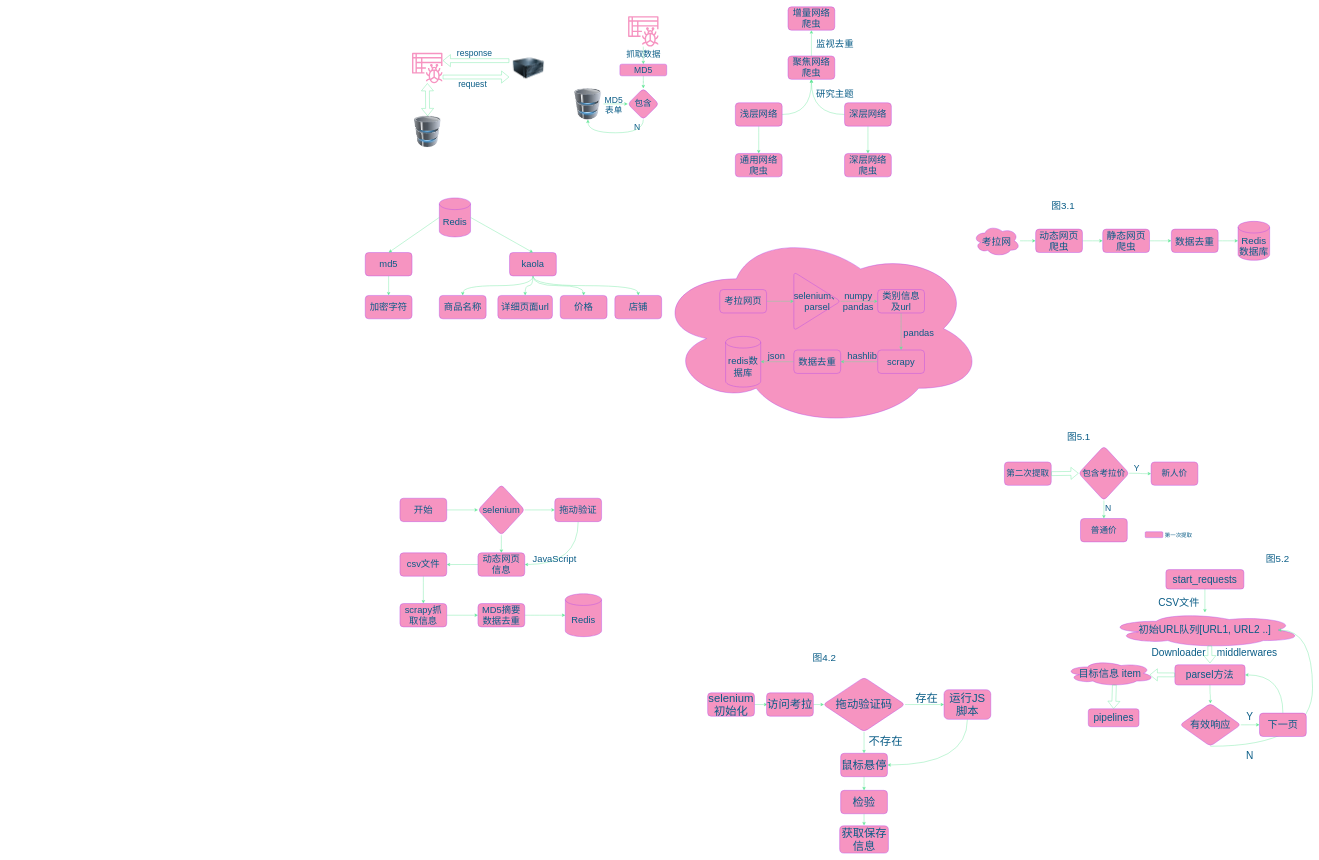
Thesoul20/daily-work keeps this draw.io diagram as 4.1毕设.drawio. Above is the earlier version. Source tidied: cells renumbered, new cells numbered last; positions are measured from the earlier drawing's top-left corner, leaving out a move shared by most shapes. Both pictures are drawn from the tidied source at 39%, with x=0, y=0 at pixel (365, 7).
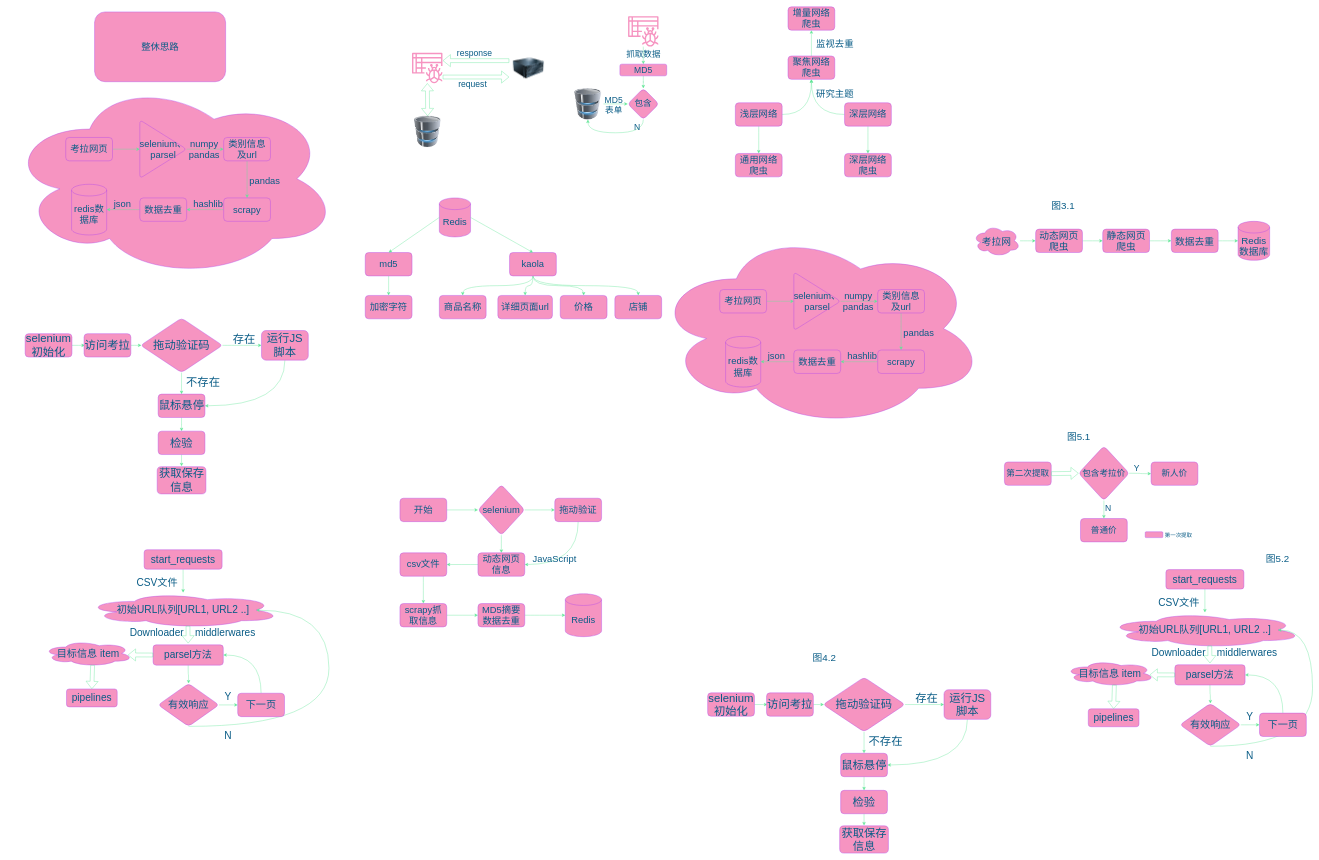
After the change.

Change to the diagram source:
```diff
@@
+    <mxCell id="142" style="ellipse;shape=cloud;whiteSpace=wrap;html=1;fontSize=24;rounded=1;fillColor=#F694C1;strokeColor=#AF45ED;fontColor=#095C86;" parent="1" vertex="1">
+      <mxGeometry x="-919" y="186" width="850" height="510" as="geometry" />
+    </mxCell>
+    <mxCell id="143" style="edgeStyle=orthogonalEdgeStyle;rounded=1;jettySize=auto;html=1;exitX=1;exitY=0.5;exitDx=0;exitDy=0;fontSize=24;curved=1;strokeColor=#60E696;fontColor=#095C86;" parent="1" edge="1" source="144" target="146">
+      <mxGeometry relative="1" as="geometry" />
+    </mxCell>
+    <mxCell id="144" value="考拉网页" style="rounded=1;whiteSpace=wrap;html=1;fontSize=24;fillColor=#F694C1;strokeColor=#AF45ED;fontColor=#095C86;" parent="1" vertex="1">
+      <mxGeometry x="-768" y="335" width="120" height="60" as="geometry" />
+    </mxCell>
+    <mxCell id="145" style="edgeStyle=orthogonalEdgeStyle;rounded=1;jettySize=auto;html=1;fontSize=24;curved=1;strokeColor=#60E696;fontColor=#095C86;" parent="1" edge="1" source="146" target="148">
+      <mxGeometry relative="1" as="geometry" />
+    </mxCell>
+    <mxCell id="146" value="selenium、parsel" style="triangle;whiteSpace=wrap;html=1;fontSize=24;rounded=1;fillColor=#F694C1;strokeColor=#AF45ED;fontColor=#095C86;" parent="1" vertex="1">
+      <mxGeometry x="-578" y="290" width="120" height="150" as="geometry" />
+    </mxCell>
+    <mxCell id="147" style="edgeStyle=orthogonalEdgeStyle;rounded=1;jettySize=auto;html=1;exitX=0.5;exitY=1;exitDx=0;exitDy=0;entryX=0.5;entryY=0;entryDx=0;entryDy=0;fontSize=24;curved=1;strokeColor=#60E696;fontColor=#095C86;" parent="1" edge="1" source="148" target="151">
+      <mxGeometry relative="1" as="geometry" />
+    </mxCell>
+    <mxCell id="148" value="类别信息及url" style="rounded=1;whiteSpace=wrap;html=1;fontSize=24;fillColor=#F694C1;strokeColor=#AF45ED;fontColor=#095C86;" parent="1" vertex="1">
+      <mxGeometry x="-363" y="335" width="120" height="60" as="geometry" />
+    </mxCell>
+    <mxCell id="149" value="redis数据库" style="shape=cylinder3;whiteSpace=wrap;html=1;boundedLbl=1;backgroundOutline=1;size=15;fontSize=24;rounded=1;fillColor=#F694C1;strokeColor=#AF45ED;fontColor=#095C86;" parent="1" vertex="1">
+      <mxGeometry x="-753" y="455" width="90" height="130" as="geometry" />
+    </mxCell>
+    <mxCell id="150" style="edgeStyle=orthogonalEdgeStyle;rounded=1;jettySize=auto;html=1;exitX=0;exitY=0.5;exitDx=0;exitDy=0;entryX=1;entryY=0.5;entryDx=0;entryDy=0;fontSize=24;curved=1;strokeColor=#60E696;fontColor=#095C86;" parent="1" edge="1" source="151" target="153">
+      <mxGeometry relative="1" as="geometry" />
+    </mxCell>
+    <mxCell id="151" value="scrapy" style="rounded=1;whiteSpace=wrap;html=1;fontSize=24;fillColor=#F694C1;strokeColor=#AF45ED;fontColor=#095C86;" parent="1" vertex="1">
+      <mxGeometry x="-363" y="490" width="120" height="60" as="geometry" />
+    </mxCell>
+    <mxCell id="152" style="edgeStyle=orthogonalEdgeStyle;rounded=1;jettySize=auto;html=1;fontSize=24;curved=1;strokeColor=#60E696;fontColor=#095C86;" parent="1" edge="1" source="153" target="149">
+      <mxGeometry relative="1" as="geometry" />
+    </mxCell>
+    <mxCell id="153" value="数据去重" style="rounded=1;whiteSpace=wrap;html=1;fontSize=24;fillColor=#F694C1;strokeColor=#AF45ED;fontColor=#095C86;" parent="1" vertex="1">
+      <mxGeometry x="-578" y="490" width="120" height="60" as="geometry" />
+    </mxCell>
+    <mxCell id="154" value="&lt;div&gt;numpy&lt;/div&gt;&lt;div&gt;pandas&lt;/div&gt;" style="text;html=1;align=center;verticalAlign=middle;strokeColor=none;fillColor=none;fontSize=24;rounded=1;fontColor=#095C86;" parent="1" vertex="1">
+      <mxGeometry x="-458" y="335" width="90" height="60" as="geometry" />
+    </mxCell>
+    <mxCell id="155" value="&lt;div&gt;pandas&lt;/div&gt;&lt;div&gt;&lt;br&gt;&lt;/div&gt;" style="text;html=1;align=center;verticalAlign=middle;strokeColor=none;fillColor=none;fontSize=24;rounded=1;fontColor=#095C86;" parent="1" vertex="1">
+      <mxGeometry x="-303" y="430" width="90" height="60" as="geometry" />
+    </mxCell>
+    <mxCell id="156" value="&lt;div&gt;json&lt;/div&gt;&lt;div&gt;&lt;br&gt;&lt;/div&gt;" style="text;html=1;align=center;verticalAlign=middle;strokeColor=none;fillColor=none;fontSize=24;rounded=1;fontColor=#095C86;" parent="1" vertex="1">
+      <mxGeometry x="-653" y="490" width="60" height="60" as="geometry" />
+    </mxCell>
+    <mxCell id="157" value="&lt;div&gt;hashlib&lt;/div&gt;" style="text;html=1;align=center;verticalAlign=middle;strokeColor=none;fillColor=none;fontSize=24;rounded=1;fontColor=#095C86;" parent="1" vertex="1">
+      <mxGeometry x="-448" y="490" width="90" height="30" as="geometry" />
+    </mxCell>
+    <mxCell id="158" value="整休思路" style="whiteSpace=wrap;html=1;fontSize=24;rounded=1;fillColor=#F694C1;strokeColor=#AF45ED;fontColor=#095C86;" parent="1" vertex="1">
+      <mxGeometry x="-694" y="13" width="336" height="179" as="geometry" />
+    </mxCell>
+    <mxCell id="159" style="edgeStyle=orthogonalEdgeStyle;rounded=1;jettySize=auto;html=1;exitX=1;exitY=0.5;exitDx=0;exitDy=0;entryX=0;entryY=0.5;entryDx=0;entryDy=0;fontSize=29;curved=1;strokeColor=#60E696;fontColor=#095C86;" parent="1" edge="1" source="161" target="167">
+      <mxGeometry relative="1" as="geometry" />
+    </mxCell>
+    <mxCell id="160" style="edgeStyle=orthogonalEdgeStyle;rounded=1;jettySize=auto;html=1;exitX=0.5;exitY=1;exitDx=0;exitDy=0;entryX=0.5;entryY=0;entryDx=0;entryDy=0;fontSize=29;curved=1;strokeColor=#60E696;fontColor=#095C86;" parent="1" edge="1" source="161" target="169">
+      <mxGeometry relative="1" as="geometry" />
+    </mxCell>
+    <mxCell id="161" value="拖动验证码" style="rhombus;whiteSpace=wrap;html=1;fontSize=29;rounded=1;fillColor=#F694C1;strokeColor=#AF45ED;fontColor=#095C86;" parent="1" vertex="1">
+      <mxGeometry x="-576" y="798" width="210" height="140" as="geometry" />
+    </mxCell>
+    <mxCell id="162" style="edgeStyle=orthogonalEdgeStyle;rounded=1;jettySize=auto;html=1;fontSize=25;curved=1;strokeColor=#60E696;fontColor=#095C86;" parent="1" edge="1" source="163">
+      <mxGeometry relative="1" as="geometry">
+        <mxPoint x="-719" y="868" as="targetPoint" />
+      </mxGeometry>
+    </mxCell>
+    <mxCell id="163" value="selenium初始化" style="rounded=1;whiteSpace=wrap;html=1;fontSize=29;fillColor=#F694C1;strokeColor=#AF45ED;fontColor=#095C86;" parent="1" vertex="1">
+      <mxGeometry x="-872" y="838" width="120" height="60" as="geometry" />
+    </mxCell>
+    <mxCell id="164" style="edgeStyle=orthogonalEdgeStyle;rounded=1;jettySize=auto;html=1;fontSize=25;curved=1;strokeColor=#60E696;fontColor=#095C86;" parent="1" edge="1" source="165">
+      <mxGeometry relative="1" as="geometry">
+        <mxPoint x="-574" y="868" as="targetPoint" />
+      </mxGeometry>
+    </mxCell>
+    <mxCell id="165" value="访问考拉" style="rounded=1;whiteSpace=wrap;html=1;fontSize=29;fillColor=#F694C1;strokeColor=#AF45ED;fontColor=#095C86;" parent="1" vertex="1">
+      <mxGeometry x="-721" y="838" width="120" height="60" as="geometry" />
+    </mxCell>
+    <mxCell id="166" style="edgeStyle=orthogonalEdgeStyle;rounded=1;jettySize=auto;html=1;exitX=0.5;exitY=1;exitDx=0;exitDy=0;entryX=1;entryY=0.5;entryDx=0;entryDy=0;fontSize=29;curved=1;strokeColor=#60E696;fontColor=#095C86;" parent="1" edge="1" source="167" target="169">
+      <mxGeometry relative="1" as="geometry" />
+    </mxCell>
+    <mxCell id="167" value="运行JS脚本" style="rounded=1;whiteSpace=wrap;html=1;fontSize=29;fillColor=#F694C1;strokeColor=#AF45ED;fontColor=#095C86;" parent="1" vertex="1">
+      <mxGeometry x="-266" y="830" width="120" height="76" as="geometry" />
+    </mxCell>
+    <mxCell id="168" style="edgeStyle=orthogonalEdgeStyle;rounded=1;jettySize=auto;html=1;fontSize=25;curved=1;strokeColor=#60E696;fontColor=#095C86;" parent="1" edge="1" source="169" target="171">
+      <mxGeometry relative="1" as="geometry" />
+    </mxCell>
+    <mxCell id="169" value="鼠标悬停" style="rounded=1;whiteSpace=wrap;html=1;fontSize=29;fillColor=#F694C1;strokeColor=#AF45ED;fontColor=#095C86;" parent="1" vertex="1">
+      <mxGeometry x="-531" y="993" width="120" height="60" as="geometry" />
+    </mxCell>
+    <mxCell id="170" style="edgeStyle=orthogonalEdgeStyle;rounded=1;jettySize=auto;html=1;fontSize=25;curved=1;strokeColor=#60E696;fontColor=#095C86;" parent="1" edge="1" source="171">
+      <mxGeometry relative="1" as="geometry">
+        <mxPoint x="-471" y="1178" as="targetPoint" />
+      </mxGeometry>
+    </mxCell>
+    <mxCell id="171" value="检验" style="rounded=1;whiteSpace=wrap;html=1;fontSize=29;fillColor=#F694C1;strokeColor=#AF45ED;fontColor=#095C86;" parent="1" vertex="1">
+      <mxGeometry x="-531" y="1088" width="120" height="60" as="geometry" />
+    </mxCell>
+    <mxCell id="172" value="获取保存信息" style="rounded=1;whiteSpace=wrap;html=1;fontSize=29;fillColor=#F694C1;strokeColor=#AF45ED;fontColor=#095C86;" parent="1" vertex="1">
+      <mxGeometry x="-533.5" y="1179" width="125" height="70" as="geometry" />
+    </mxCell>
+    <mxCell id="173" value="存在" style="text;html=1;align=center;verticalAlign=middle;strokeColor=none;fillColor=none;fontSize=29;rounded=1;fontColor=#095C86;" parent="1" vertex="1">
+      <mxGeometry x="-346" y="833" width="70" height="40" as="geometry" />
+    </mxCell>
+    <mxCell id="174" value="不存在" style="text;html=1;align=center;verticalAlign=middle;strokeColor=none;fillColor=none;fontSize=29;rounded=1;fontColor=#095C86;" parent="1" vertex="1">
+      <mxGeometry x="-466" y="943" width="100" height="40" as="geometry" />
+    </mxCell>
+    <mxCell id="175" style="edgeStyle=orthogonalEdgeStyle;rounded=1;jettySize=auto;html=1;exitX=0.5;exitY=1;exitDx=0;exitDy=0;fontSize=26;curved=1;strokeColor=#60E696;fontColor=#095C86;" parent="1" edge="1" source="176" target="181">
+      <mxGeometry relative="1" as="geometry" />
+    </mxCell>
+    <mxCell id="176" value="start_requests" style="rounded=1;whiteSpace=wrap;html=1;fontSize=26;fillColor=#F694C1;strokeColor=#AF45ED;fontColor=#095C86;" parent="1" vertex="1">
+      <mxGeometry x="-567" y="1392" width="200" height="50" as="geometry" />
+    </mxCell>
+    <mxCell id="177" style="edgeStyle=orthogonalEdgeStyle;rounded=1;jettySize=auto;html=1;fontSize=26;curved=1;strokeColor=#60E696;fontColor=#095C86;" parent="1" edge="1" source="178" target="188">
+      <mxGeometry relative="1" as="geometry" />
+    </mxCell>
+    <mxCell id="178" value="parsel方法" style="rounded=1;whiteSpace=wrap;html=1;fontSize=26;fillColor=#F694C1;strokeColor=#AF45ED;fontColor=#095C86;" parent="1" vertex="1">
+      <mxGeometry x="-544" y="1636" width="180" height="52" as="geometry" />
+    </mxCell>
+    <mxCell id="179" value="pipelines" style="rounded=1;whiteSpace=wrap;html=1;fontSize=26;fillColor=#F694C1;strokeColor=#AF45ED;fontColor=#095C86;" parent="1" vertex="1">
+      <mxGeometry x="-766" y="1749" width="130" height="46" as="geometry" />
+    </mxCell>
+    <mxCell id="180" value="CSV文件" style="text;html=1;align=center;verticalAlign=middle;strokeColor=none;fillColor=none;fontSize=26;rounded=1;fontColor=#095C86;" parent="1" vertex="1">
+      <mxGeometry x="-594" y="1456" width="120" height="40" as="geometry" />
+    </mxCell>
+    <mxCell id="181" value="初始URL队列[URL1, URL2 ..]" style="ellipse;shape=cloud;whiteSpace=wrap;html=1;fontSize=26;rounded=1;fillColor=#F694C1;strokeColor=#AF45ED;fontColor=#095C86;" parent="1" vertex="1">
+      <mxGeometry x="-717" y="1502" width="500" height="90" as="geometry" />
+    </mxCell>
+    <mxCell id="182" style="shape=flexArrow;endArrow=classic;html=1;rounded=1;fontSize=26;exitX=0.525;exitY=0.949;exitDx=0;exitDy=0;exitPerimeter=0;curved=1;strokeColor=#60E696;fontColor=#095C86;" parent="1" edge="1" source="181">
+      <mxGeometry relative="1" as="geometry">
+        <mxPoint x="-454" y="1632" as="targetPoint" />
+      </mxGeometry>
+    </mxCell>
+    <mxCell id="183" value="目标信息 item" style="ellipse;shape=cloud;whiteSpace=wrap;html=1;fontSize=26;rounded=1;fillColor=#F694C1;strokeColor=#AF45ED;fontColor=#095C86;" parent="1" vertex="1">
+      <mxGeometry x="-825" y="1625" width="229" height="66" as="geometry" />
+    </mxCell>
+    <mxCell id="184" style="shape=flexArrow;endArrow=classic;html=1;rounded=1;fontSize=26;entryX=0.946;entryY=0.558;entryDx=0;entryDy=0;entryPerimeter=0;exitX=0;exitY=0.5;exitDx=0;exitDy=0;curved=1;strokeColor=#60E696;fontColor=#095C86;" parent="1" edge="1" source="178" target="183">
+      <mxGeometry relative="1" as="geometry" />
+    </mxCell>
+    <mxCell id="185" style="shape=flexArrow;endArrow=classic;html=1;rounded=1;fontSize=26;entryX=0.5;entryY=0;entryDx=0;entryDy=0;exitX=0.55;exitY=0.95;exitDx=0;exitDy=0;exitPerimeter=0;curved=1;strokeColor=#60E696;fontColor=#095C86;" parent="1" edge="1" source="183" target="179">
+      <mxGeometry relative="1" as="geometry" />
+    </mxCell>
+    <mxCell id="186" style="edgeStyle=orthogonalEdgeStyle;rounded=1;jettySize=auto;html=1;fontSize=26;curved=1;strokeColor=#60E696;fontColor=#095C86;" parent="1" edge="1" source="188" target="191">
+      <mxGeometry relative="1" as="geometry" />
+    </mxCell>
+    <mxCell id="187" style="edgeStyle=elbowEdgeStyle;rounded=1;jettySize=auto;html=1;exitX=0.5;exitY=1;exitDx=0;exitDy=0;fontSize=26;entryX=0.875;entryY=0.5;entryDx=0;entryDy=0;entryPerimeter=0;curved=1;strokeColor=#60E696;fontColor=#095C86;" parent="1" edge="1" source="188" target="181">
+      <mxGeometry relative="1" as="geometry">
+        <Array as="points">
+          <mxPoint x="-93" y="1805" />
+          <mxPoint x="-90" y="1794" />
+          <mxPoint x="-321" y="1749" />
+          <mxPoint x="-311" y="1889" />
+          <mxPoint x="-171" y="1869" />
+          <mxPoint x="-171" y="1739" />
+          <mxPoint x="-241" y="1919" />
+          <mxPoint x="-171" y="1619" />
+        </Array>
+      </mxGeometry>
+    </mxCell>
+    <mxCell id="188" value="有效响应" style="rhombus;whiteSpace=wrap;html=1;fontSize=26;rounded=1;fillColor=#F694C1;strokeColor=#AF45ED;fontColor=#095C86;" parent="1" vertex="1">
+      <mxGeometry x="-531" y="1735" width="156" height="110" as="geometry" />
+    </mxCell>
+    <mxCell id="189" value="N" style="text;html=1;align=center;verticalAlign=middle;strokeColor=none;fillColor=none;fontSize=26;rounded=1;fontColor=#095C86;" parent="1" vertex="1">
+      <mxGeometry x="-367" y="1849" width="30" height="40" as="geometry" />
+    </mxCell>
+    <mxCell id="190" style="edgeStyle=orthogonalEdgeStyle;rounded=1;jettySize=auto;html=1;exitX=0.5;exitY=0;exitDx=0;exitDy=0;entryX=1;entryY=0.5;entryDx=0;entryDy=0;fontSize=26;curved=1;strokeColor=#60E696;fontColor=#095C86;" parent="1" edge="1" source="191" target="178">
+      <mxGeometry relative="1" as="geometry" />
+    </mxCell>
+    <mxCell id="191" value="下一页" style="rounded=1;whiteSpace=wrap;html=1;fontSize=26;fillColor=#F694C1;strokeColor=#AF45ED;fontColor=#095C86;" parent="1" vertex="1">
+      <mxGeometry x="-327" y="1760" width="120" height="60" as="geometry" />
+    </mxCell>
+    <mxCell id="192" value="Y" style="text;html=1;align=center;verticalAlign=middle;strokeColor=none;fillColor=none;fontSize=26;rounded=1;fontColor=#095C86;" parent="1" vertex="1">
+      <mxGeometry x="-367" y="1749" width="30" height="40" as="geometry" />
+    </mxCell>
+    <mxCell id="193" value="Downloader&amp;nbsp;&amp;nbsp;&amp;nbsp; middlerwares" style="text;html=1;align=center;verticalAlign=middle;strokeColor=none;fillColor=none;fontSize=26;rounded=1;fontColor=#095C86;" parent="1" vertex="1">
+      <mxGeometry x="-613" y="1586" width="340" height="40" as="geometry" />
+    </mxCell>
```
